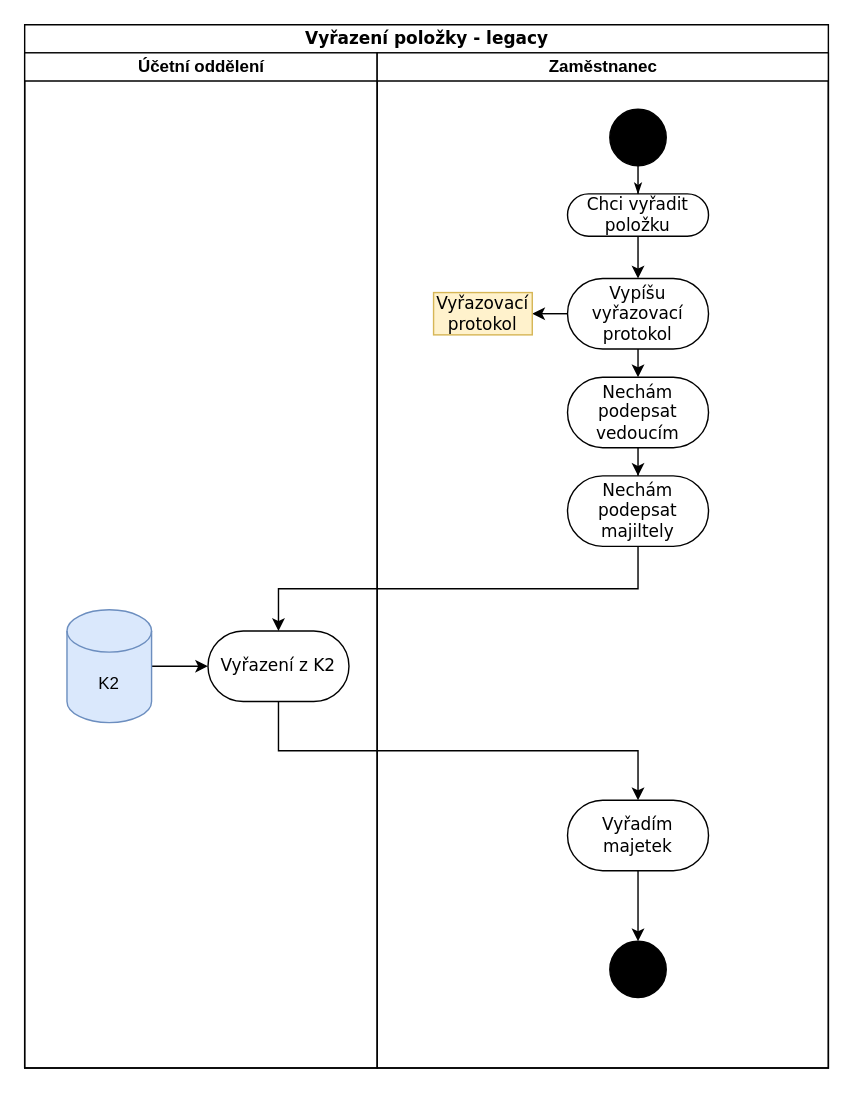
horeckyj/drawio keeps this draw.io diagram as page "Vyřazení položky - legacy" (1 of 14) of UML - Inventar.drawio. Above is the earlier version. Source tidied: cells renumbered, new cells numbered last; positions are measured from the earlier drawing's top-left corner, leaving out a move shared by most shapes. Both pictures are drawn from the tidied source at 141%, with x=0, y=0 at pixel (24, 24).
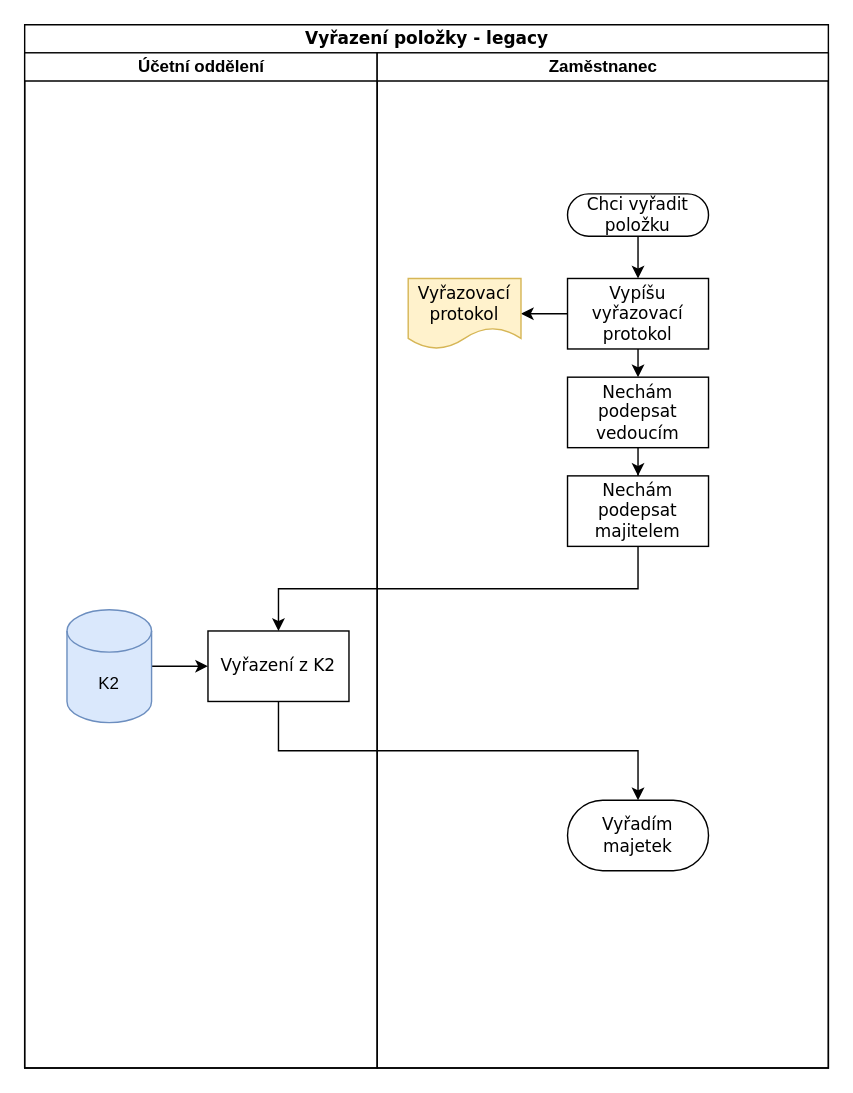
The same diagram, later.

Unchanged cells that the change refers to:
```xml
<mxCell id="3" value="Účetní oddělení" style="swimlane;html=1;startSize=20;" parent="2" vertex="1">
  <mxGeometry y="20" width="250" height="720" as="geometry" />
</mxCell>
<mxCell id="7" value="Zaměstnanec" style="swimlane;html=1;startSize=20;" parent="2" vertex="1">
  <mxGeometry x="250" y="20" width="320" height="720" as="geometry" />
</mxCell>
<mxCell id="9" value="Chci vyřadit položku" style="rounded=1;whiteSpace=wrap;html=1;shadow=0;comic=0;labelBackgroundColor=none;strokeWidth=1;fontFamily=Verdana;fontSize=12;align=center;arcSize=50;" parent="7" vertex="1">
  <mxGeometry x="135" y="100" width="100" height="30" as="geometry" />
</mxCell>
<mxCell id="20" value="Vyřadím majetek" style="rounded=1;whiteSpace=wrap;html=1;shadow=0;comic=0;labelBackgroundColor=none;strokeWidth=1;fontFamily=Verdana;fontSize=12;align=center;arcSize=50;" parent="7" vertex="1">
  <mxGeometry x="135" y="530" width="100" height="50" as="geometry" />
</mxCell>
```

Change to the diagram source:
```diff
@@
-    <mxCell id="4" value="Vyřazení z K2" style="rounded=1;whiteSpace=wrap;html=1;shadow=0;comic=0;labelBackgroundColor=none;strokeWidth=1;fontFamily=Verdana;fontSize=12;align=center;arcSize=50;" parent="3" vertex="1">
+    <mxCell id="4" value="Vyřazení z K2" style="rounded=0;whiteSpace=wrap;html=1;shadow=0;comic=0;labelBackgroundColor=none;strokeWidth=1;fontFamily=Verdana;fontSize=12;align=center;arcSize=50;" parent="3" vertex="1">
       <mxGeometry x="130" y="410" width="100" height="50" as="geometry" />
     </mxCell>
@@
-    <mxCell id="8" style="ellipse;whiteSpace=wrap;html=1;rounded=0;shadow=0;comic=0;labelBackgroundColor=none;strokeWidth=1;fillColor=#000000;fontFamily=Verdana;fontSize=12;align=center;" parent="7" vertex="1">
-      <mxGeometry x="165" y="40" width="40" height="40" as="geometry" />
-    </mxCell>
@@
-    <mxCell id="10" style="edgeStyle=orthogonalEdgeStyle;rounded=0;html=1;labelBackgroundColor=none;startArrow=none;startFill=0;startSize=5;endArrow=classicThin;endFill=1;endSize=5;jettySize=auto;strokeWidth=1;fontFamily=Verdana;fontSize=12;" parent="7" edge="1" source="8" target="9">
-      <mxGeometry relative="1" as="geometry" />
-    </mxCell>
@@
-    <mxCell id="12" value="Vypíšu vyřazovací protokol" style="rounded=1;whiteSpace=wrap;html=1;shadow=0;comic=0;labelBackgroundColor=none;strokeWidth=1;fontFamily=Verdana;fontSize=12;align=center;arcSize=50;" parent="7" vertex="1">
+    <mxCell id="12" value="Vypíšu vyřazovací protokol" style="rounded=0;whiteSpace=wrap;html=1;shadow=0;comic=0;labelBackgroundColor=none;strokeWidth=1;fontFamily=Verdana;fontSize=12;align=center;arcSize=50;" parent="7" vertex="1">
       <mxGeometry x="135" y="160" width="100" height="50" as="geometry" />
     </mxCell>
@@
-    <mxCell id="14" value="Vyřazovací protokol" style="rounded=0;whiteSpace=wrap;html=1;shadow=0;comic=0;labelBackgroundColor=none;strokeWidth=1;fontFamily=Verdana;fontSize=12;align=center;arcSize=50;fillColor=#fff2cc;strokeColor=#d6b656;" parent="7" vertex="1">
-      <mxGeometry x="40" y="170" width="70" height="30" as="geometry" />
-    </mxCell>
-    <mxCell id="15" value="Nechám podepsat vedoucím" style="rounded=1;whiteSpace=wrap;html=1;shadow=0;comic=0;labelBackgroundColor=none;strokeWidth=1;fontFamily=Verdana;fontSize=12;align=center;arcSize=50;" parent="7" vertex="1">
+    <mxCell id="15" value="Nechám podepsat vedoucím" style="rounded=0;whiteSpace=wrap;html=1;shadow=0;comic=0;labelBackgroundColor=none;strokeWidth=1;fontFamily=Verdana;fontSize=12;align=center;arcSize=50;" parent="7" vertex="1">
       <mxGeometry x="135" y="230" width="100" height="50" as="geometry" />
     </mxCell>
@@
-    <mxCell id="17" value="Nechám podepsat majiltely" style="rounded=1;whiteSpace=wrap;html=1;shadow=0;comic=0;labelBackgroundColor=none;strokeWidth=1;fontFamily=Verdana;fontSize=12;align=center;arcSize=50;" parent="7" vertex="1">
+    <mxCell id="17" value="Nechám podepsat majitelem" style="rounded=0;whiteSpace=wrap;html=1;shadow=0;comic=0;labelBackgroundColor=none;strokeWidth=1;fontFamily=Verdana;fontSize=12;align=center;arcSize=50;" parent="7" vertex="1">
       <mxGeometry x="135" y="300" width="100" height="50" as="geometry" />
     </mxCell>
@@
-    <mxCell id="19" style="edgeStyle=orthogonalEdgeStyle;rounded=0;jettySize=auto;html=1;exitX=0.5;exitY=1;exitDx=0;exitDy=0;entryX=0.5;entryY=0;entryDx=0;entryDy=0;" parent="7" edge="1" source="20" target="21">
-      <mxGeometry relative="1" as="geometry" />
-    </mxCell>
@@
-    <mxCell id="21" style="ellipse;whiteSpace=wrap;html=1;rounded=0;shadow=0;comic=0;labelBackgroundColor=none;strokeWidth=1;fillColor=#000000;fontFamily=Verdana;fontSize=12;align=center;" parent="7" vertex="1">
-      <mxGeometry x="165" y="630" width="40" height="40" as="geometry" />
-    </mxCell>
+    <mxCell id="14" value="&lt;span style=&quot;color: rgb(0, 0, 0); font-family: Verdana; font-size: 12px; font-style: normal; font-variant-ligatures: normal; font-variant-caps: normal; font-weight: 400; letter-spacing: normal; orphans: 2; text-align: center; text-indent: 0px; text-transform: none; widows: 2; word-spacing: 0px; -webkit-text-stroke-width: 0px; white-space: normal; text-decoration-thickness: initial; text-decoration-style: initial; text-decoration-color: initial; float: none; display: inline !important;&quot;&gt;Vyřazovací protokol&lt;/span&gt;" style="shape=document;whiteSpace=wrap;html=1;boundedLbl=1;fillColor=#fff2cc;strokeColor=#d6b656;" parent="7" vertex="1">
+      <mxGeometry x="22" y="160" width="80" height="50" as="geometry" />
+    </mxCell>
```
